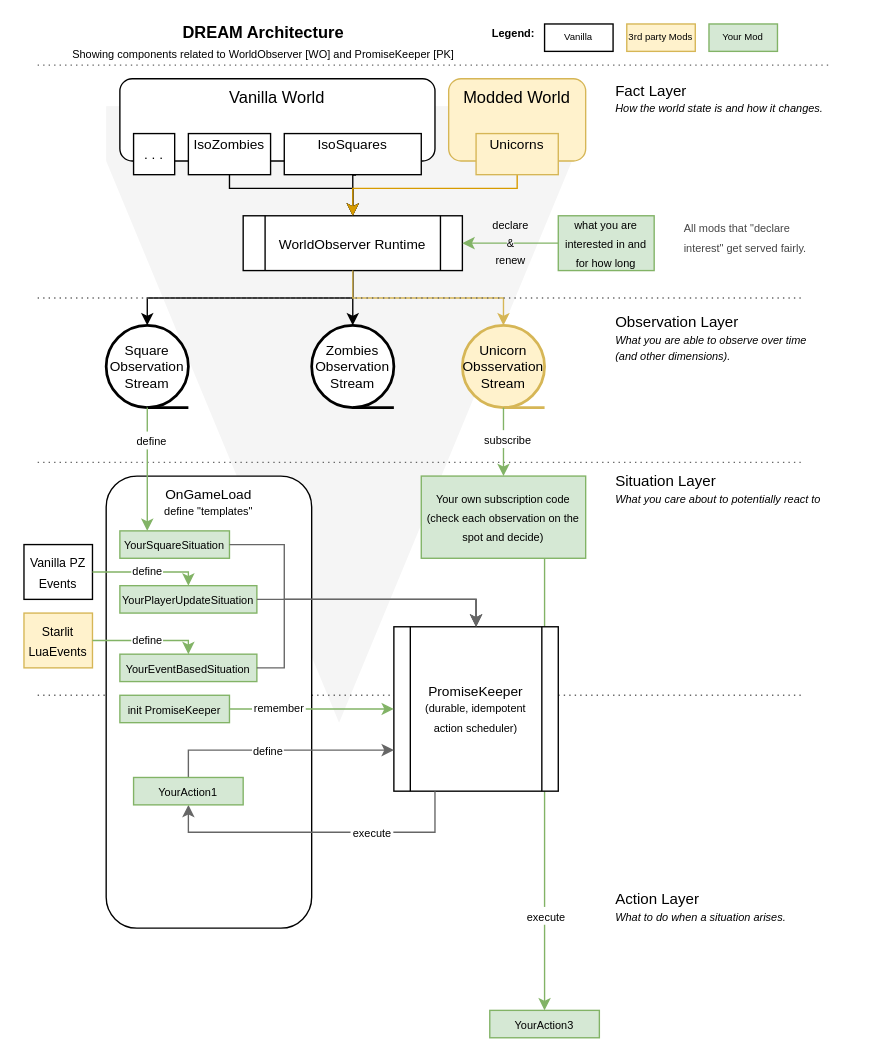
Before: docs/diagrams/architecture_simple.drawio in christophstrasen/WorldObserver, a draw.io diagram. Source tidied: cells renumbered, new cells numbered last; positions are measured from the earlier drawing's top-left corner, leaving out a move shared by most shapes. Both pictures are drawn from the tidied source at 137%, with x=0, y=0 at pixel (23, 23).
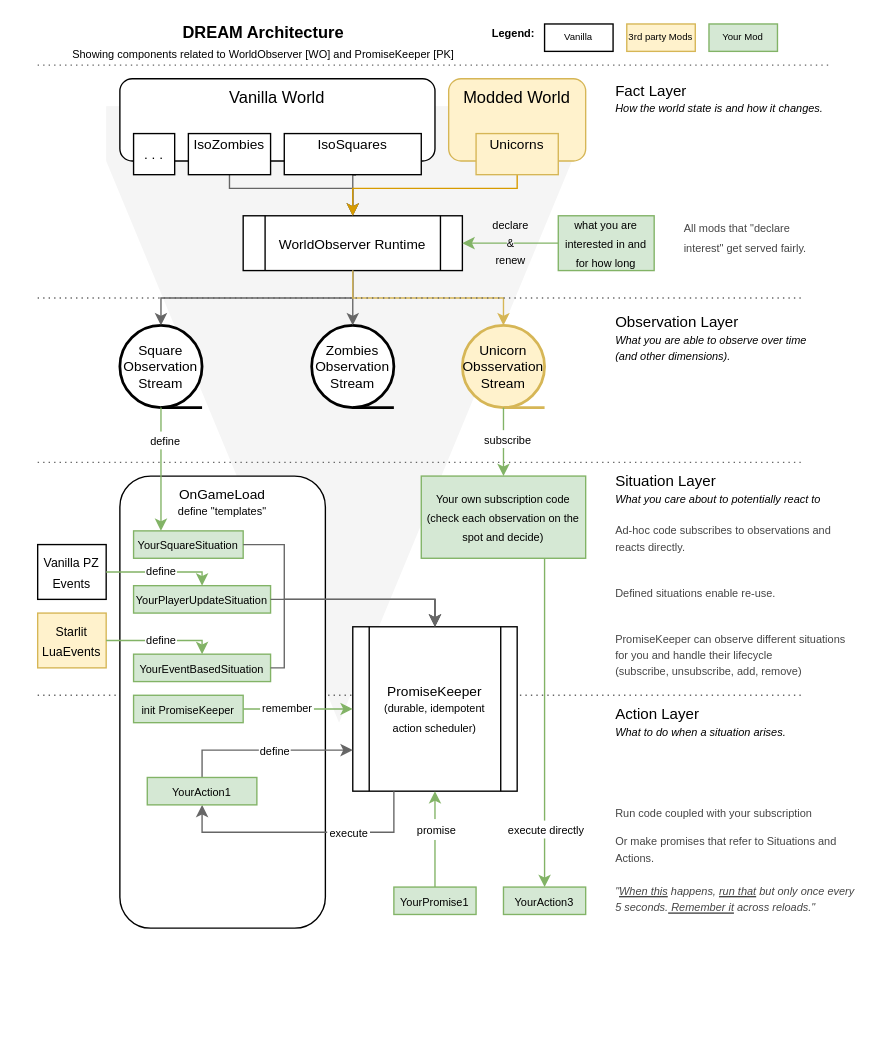
Above is the later version.

Commit message (it also covers changes not shown here):
updates architecture diagrams

The change refers to these unchanged cells:
```xml
<mxCell id="11" value="&lt;font style=&quot;font-size: 10px;&quot;&gt;IsoSquares&lt;/font&gt;&lt;div&gt;&lt;font style=&quot;font-size: 10px;&quot;&gt;&lt;br&gt;&lt;/font&gt;&lt;/div&gt;" style="rounded=0;whiteSpace=wrap;html=1;" parent="1" vertex="1">
  <mxGeometry x="190" y="80" width="100" height="30" as="geometry" />
</mxCell>
<mxCell id="12" value="&lt;div style=&quot;line-height: 100%;&quot;&gt;&lt;div&gt;&lt;span style=&quot;background-color: transparent; color: light-dark(rgb(0, 0, 0), rgb(255, 255, 255));&quot;&gt;&lt;font style=&quot;font-size: 10px; line-height: 100%;&quot;&gt;WorldObserver Runtime&lt;/font&gt;&lt;/span&gt;&lt;/div&gt;&lt;/div&gt;" style="shape=process;whiteSpace=wrap;html=1;backgroundOutline=1;" parent="1" vertex="1">
  <mxGeometry x="160" y="140" width="160" height="40" as="geometry" />
</mxCell>
<mxCell id="13" value="&lt;font&gt;Zombies&lt;/font&gt;&lt;div&gt;&lt;span&gt;Observation&lt;/span&gt;&lt;/div&gt;&lt;div&gt;&lt;span&gt;Stream&lt;/span&gt;&lt;/div&gt;" style="strokeWidth=2;html=1;shape=mxgraph.flowchart.sequential_data;whiteSpace=wrap;fontSize=10;" parent="1" vertex="1">
  <mxGeometry x="210" y="220" width="60" height="60" as="geometry" />
</mxCell>
<mxCell id="16" value="&lt;font style=&quot;font-size: 10px;&quot;&gt;IsoZombies&lt;/font&gt;&lt;div&gt;&lt;font style=&quot;font-size: 10px;&quot;&gt;&lt;br&gt;&lt;/font&gt;&lt;/div&gt;" style="rounded=0;whiteSpace=wrap;html=1;" parent="1" vertex="1">
  <mxGeometry x="120" y="80" width="60" height="30" as="geometry" />
</mxCell>
<mxCell id="38" value="&lt;div style=&quot;line-height: 100%;&quot;&gt;&lt;font style=&quot;&quot;&gt;&lt;font style=&quot;font-size: 8px;&quot;&gt;Your own subscription code&lt;/font&gt;&lt;/font&gt;&lt;/div&gt;&lt;div style=&quot;line-height: 100%;&quot;&gt;&lt;font style=&quot;&quot;&gt;&lt;font style=&quot;font-size: 8px;&quot;&gt;(check each observation on the spot and decide)&lt;/font&gt;&lt;/font&gt;&lt;/div&gt;" style="rounded=0;whiteSpace=wrap;html=1;fillColor=#d5e8d4;strokeColor=#82b366;" parent="1" vertex="1">
  <mxGeometry x="290" y="330" width="120" height="60" as="geometry" />
</mxCell>
<mxCell id="57" style="edgeStyle=orthogonalEdgeStyle;rounded=0;jettySize=auto;html=1;exitX=1;exitY=0.5;exitDx=0;exitDy=0;strokeColor=#82b366;fillColor=#d5e8d4;entryX=0;entryY=0.5;entryDx=0;entryDy=0;" parent="1" edge="1" source="56" target="55">
  <mxGeometry relative="1" as="geometry" />
</mxCell>
```

Change to the diagram source:
```diff
@@
     <mxCell id="8" value="&lt;font style=&quot;font-size: 11px;&quot;&gt;Action Layer&lt;/font&gt;&lt;div&gt;&lt;span style=&quot;font-size: 8px;&quot;&gt;&lt;i&gt;What to do when a situation arises.&lt;/i&gt;&lt;/span&gt;&lt;/div&gt;" style="text;html=1;align=left;verticalAlign=middle;whiteSpace=wrap;rounded=0;fontSize=10;" parent="1" vertex="1">
-      <mxGeometry x="430" y="630" width="170" height="30" as="geometry" />
+      <mxGeometry x="430" y="490" width="170" height="40" as="geometry" />
     </mxCell>
@@
-    <mxCell id="10" style="edgeStyle=orthogonalEdgeStyle;rounded=0;jettySize=auto;html=1;entryX=0.5;entryY=0;entryDx=0;entryDy=0;exitX=0.524;exitY=1.008;exitDx=0;exitDy=0;exitPerimeter=0;" parent="1" edge="1" source="11" target="12">
+    <mxCell id="10" style="edgeStyle=orthogonalEdgeStyle;rounded=0;jettySize=auto;html=1;entryX=0.5;entryY=0;entryDx=0;entryDy=0;exitX=0.524;exitY=1.008;exitDx=0;exitDy=0;exitPerimeter=0;fillColor=#f5f5f5;strokeColor=#666666;" parent="1" edge="1" source="11" target="12">
       <mxGeometry relative="1" as="geometry">
         <Array as="points">
           <mxPoint x="240" y="110" />
         </Array>
       </mxGeometry>
     </mxCell>
@@
-    <mxCell id="14" style="edgeStyle=orthogonalEdgeStyle;rounded=0;jettySize=auto;html=1;exitX=0.5;exitY=1;exitDx=0;exitDy=0;entryX=0.5;entryY=0;entryDx=0;entryDy=0;entryPerimeter=0;" parent="1" edge="1" source="12" target="13">
+    <mxCell id="14" style="edgeStyle=orthogonalEdgeStyle;rounded=0;jettySize=auto;html=1;exitX=0.5;exitY=1;exitDx=0;exitDy=0;entryX=0.5;entryY=0;entryDx=0;entryDy=0;entryPerimeter=0;fillColor=#f5f5f5;strokeColor=#666666;" parent="1" edge="1" source="12" target="13">
       <mxGeometry relative="1" as="geometry" />
     </mxCell>
-    <mxCell id="15" style="edgeStyle=orthogonalEdgeStyle;rounded=0;jettySize=auto;html=1;exitX=0.5;exitY=1;exitDx=0;exitDy=0;entryX=0.5;entryY=0;entryDx=0;entryDy=0;" parent="1" edge="1" source="16" target="12">
+    <mxCell id="15" style="edgeStyle=orthogonalEdgeStyle;rounded=0;jettySize=auto;html=1;exitX=0.5;exitY=1;exitDx=0;exitDy=0;entryX=0.5;entryY=0;entryDx=0;entryDy=0;fillColor=#f5f5f5;strokeColor=#666666;" parent="1" edge="1" source="16" target="12">
       <mxGeometry relative="1" as="geometry">
         <Array as="points">
           <mxPoint x="150" y="120" />
           <mxPoint x="240" y="120" />
         </Array>
       </mxGeometry>
     </mxCell>
@@
     <mxCell id="20" value="&lt;font&gt;Square&lt;/font&gt;&lt;div&gt;&lt;font&gt;Observation Stream&lt;/font&gt;&lt;/div&gt;" style="strokeWidth=2;html=1;shape=mxgraph.flowchart.sequential_data;whiteSpace=wrap;fontSize=10;" parent="1" vertex="1">
-      <mxGeometry x="60" y="220" width="60" height="60" as="geometry" />
+      <mxGeometry x="70" y="220" width="60" height="60" as="geometry" />
     </mxCell>
-    <mxCell id="21" style="edgeStyle=orthogonalEdgeStyle;rounded=0;jettySize=auto;html=1;exitX=0.5;exitY=1;exitDx=0;exitDy=0;entryX=0.5;entryY=0;entryDx=0;entryDy=0;entryPerimeter=0;" parent="1" edge="1" source="12" target="20">
+    <mxCell id="21" style="edgeStyle=orthogonalEdgeStyle;rounded=0;jettySize=auto;html=1;exitX=0.5;exitY=1;exitDx=0;exitDy=0;entryX=0.5;entryY=0;entryDx=0;entryDy=0;entryPerimeter=0;fillColor=#f5f5f5;strokeColor=#666666;" parent="1" edge="1" source="12" target="20">
       <mxGeometry relative="1" as="geometry">
         <Array as="points">
           <mxPoint x="240" y="200" />
-          <mxPoint x="90" y="200" />
+          <mxPoint x="100" y="200" />
         </Array>
       </mxGeometry>
     </mxCell>
@@
     <mxCell id="39" value="&lt;div style=&quot;line-height: 100%;&quot;&gt;&lt;font style=&quot;&quot;&gt;&lt;font style=&quot;font-size: 8px;&quot;&gt;&lt;span style=&quot;background-color: transparent; color: light-dark(rgb(0, 0, 0), rgb(255, 255, 255));&quot;&gt;Your&lt;/span&gt;Action3&lt;/font&gt;&lt;/font&gt;&lt;/div&gt;" style="rounded=0;whiteSpace=wrap;html=1;fillColor=#d5e8d4;strokeColor=#82b366;" parent="1" vertex="1">
-      <mxGeometry x="340" y="720" width="80" height="20" as="geometry" />
+      <mxGeometry x="350" y="630" width="60" height="20" as="geometry" />
     </mxCell>
-    <mxCell id="40" style="edgeStyle=orthogonalEdgeStyle;rounded=0;jettySize=auto;html=1;strokeColor=#82b366;fillColor=#d5e8d4;exitX=0.75;exitY=1;exitDx=0;exitDy=0;" parent="1" edge="1" source="38">
-      <mxGeometry relative="1" as="geometry">
-        <mxPoint x="380" y="720" as="targetPoint" />
-        <Array as="points">
-          <mxPoint x="380" y="720" />
-        </Array>
-      </mxGeometry>
+    <mxCell id="40" style="edgeStyle=orthogonalEdgeStyle;rounded=0;jettySize=auto;html=1;strokeColor=#82b366;fillColor=#d5e8d4;exitX=0.75;exitY=1;exitDx=0;exitDy=0;entryX=0.5;entryY=0;entryDx=0;entryDy=0;" parent="1" edge="1" source="38" target="39">
+      <mxGeometry relative="1" as="geometry" />
     </mxCell>
-    <mxCell id="41" value="&lt;font style=&quot;font-size: 8px;&quot;&gt;execute&lt;/font&gt;" style="edgeLabel;html=1;align=center;verticalAlign=middle;labelBorderColor=none;labelBackgroundColor=#FFFFFF;" parent="40" vertex="1">
+    <mxCell id="41" value="&lt;font style=&quot;font-size: 8px;&quot;&gt;execute directly&lt;/font&gt;" style="edgeLabel;html=1;align=center;verticalAlign=middle;labelBorderColor=none;labelBackgroundColor=#FFFFFF;" parent="40" vertex="1">
       <mxGeometry x="0.78" relative="1" as="geometry">
-        <mxPoint y="-34" as="offset" />
+        <mxPoint y="-17" as="offset" />
       </mxGeometry>
     </mxCell>
     <mxCell id="42" value="&lt;div style=&quot;line-height: 100%;&quot;&gt;&lt;div&gt;&lt;span style=&quot;font-size: 10px; background-color: transparent; color: light-dark(rgb(0, 0, 0), rgb(255, 255, 255)); line-height: 100%;&quot;&gt;OnGameLoad&lt;/span&gt;&lt;/div&gt;&lt;div&gt;&lt;span style=&quot;background-color: light-dark(#ffffff, var(--ge-dark-color, #121212));&quot;&gt;&lt;font style=&quot;font-size: 8px; line-height: 100%;&quot;&gt;&lt;span style=&quot;color: light-dark(rgb(0, 0, 0), rgb(255, 255, 255));&quot;&gt;define&amp;nbsp;&lt;/span&gt;&lt;/font&gt;&lt;/span&gt;&lt;span style=&quot;background-color: light-dark(#ffffff, var(--ge-dark-color, #121212)); color: light-dark(rgb(0, 0, 0), rgb(255, 255, 255)); font-size: 8px;&quot;&gt;&quot;templates&quot;&lt;/span&gt;&lt;/div&gt;&lt;/div&gt;" style="rounded=1;whiteSpace=wrap;html=1;verticalAlign=top;align=center;" parent="1" vertex="1">
-      <mxGeometry x="60" y="330" width="150" height="330" as="geometry" />
+      <mxGeometry x="70" y="330" width="150" height="330" as="geometry" />
     </mxCell>
     <mxCell id="43" value="&lt;div style=&quot;line-height: 100%;&quot;&gt;&lt;font style=&quot;&quot;&gt;&lt;font style=&quot;font-size: 8px;&quot;&gt;YourSquareSituation&lt;/font&gt;&lt;/font&gt;&lt;/div&gt;" style="rounded=0;whiteSpace=wrap;html=1;fillColor=#d5e8d4;strokeColor=#82b366;" parent="1" vertex="1">
-      <mxGeometry x="70" y="370" width="80" height="20" as="geometry" />
+      <mxGeometry x="80" y="370" width="80" height="20" as="geometry" />
     </mxCell>
@@
     <mxCell id="46" value="&lt;div&gt;&lt;font style=&quot;font-size: 9px;&quot;&gt;Vanilla PZ Events&lt;/font&gt;&lt;/div&gt;" style="rounded=0;whiteSpace=wrap;html=1;" parent="1" vertex="1">
-      <mxGeometry y="380" width="50" height="40" as="geometry" />
+      <mxGeometry x="10" y="380" width="50" height="40" as="geometry" />
     </mxCell>
     <mxCell id="47" value="&lt;div&gt;&lt;font style=&quot;font-size: 9px;&quot;&gt;Starlit LuaEvents&lt;/font&gt;&lt;/div&gt;" style="rounded=0;whiteSpace=wrap;html=1;fillColor=#fff2cc;strokeColor=#d6b656;" parent="1" vertex="1">
-      <mxGeometry y="430" width="50" height="40" as="geometry" />
+      <mxGeometry x="10" y="430" width="50" height="40" as="geometry" />
     </mxCell>
     <mxCell id="48" value="&lt;div style=&quot;line-height: 100%;&quot;&gt;&lt;font style=&quot;font-size: 8px;&quot;&gt;&lt;font style=&quot;&quot;&gt;&lt;font style=&quot;&quot;&gt;&lt;span style=&quot;background-color: transparent; color: light-dark(rgb(0, 0, 0), rgb(255, 255, 255));&quot;&gt;Your&lt;/span&gt;Player&lt;/font&gt;&lt;/font&gt;&lt;span style=&quot;background-color: transparent; color: light-dark(rgb(0, 0, 0), rgb(255, 255, 255));&quot;&gt;UpdateSituation&lt;/span&gt;&lt;/font&gt;&lt;/div&gt;" style="rounded=0;whiteSpace=wrap;html=1;fillColor=#d5e8d4;strokeColor=#82b366;" parent="1" vertex="1">
-      <mxGeometry x="70" y="410" width="100" height="20" as="geometry" />
+      <mxGeometry x="80" y="410" width="100" height="20" as="geometry" />
     </mxCell>
     <mxCell id="49" value="&lt;div style=&quot;line-height: 100%;&quot;&gt;&lt;font style=&quot;font-size: 8px;&quot;&gt;&lt;font style=&quot;&quot;&gt;&lt;font style=&quot;&quot;&gt;&lt;span style=&quot;background-color: transparent; color: light-dark(rgb(0, 0, 0), rgb(255, 255, 255));&quot;&gt;Your&lt;/span&gt;EventBased&lt;/font&gt;&lt;/font&gt;&lt;span style=&quot;background-color: transparent; color: light-dark(rgb(0, 0, 0), rgb(255, 255, 255));&quot;&gt;Situation&lt;/span&gt;&lt;/font&gt;&lt;/div&gt;" style="rounded=0;whiteSpace=wrap;html=1;fillColor=#d5e8d4;strokeColor=#82b366;" parent="1" vertex="1">
-      <mxGeometry x="70" y="460" width="100" height="20" as="geometry" />
+      <mxGeometry x="80" y="460" width="100" height="20" as="geometry" />
     </mxCell>
     <mxCell id="50" style="edgeStyle=orthogonalEdgeStyle;rounded=0;jettySize=auto;html=1;exitX=1;exitY=0.5;exitDx=0;exitDy=0;strokeColor=#82b366;fillColor=#d5e8d4;entryX=0.5;entryY=0;entryDx=0;entryDy=0;" parent="1" edge="1" source="46" target="48">
       <mxGeometry relative="1" as="geometry">
         <Array as="points">
-          <mxPoint x="120" y="400" />
+          <mxPoint x="130" y="400" />
         </Array>
       </mxGeometry>
     </mxCell>
@@
     <mxCell id="52" style="edgeStyle=orthogonalEdgeStyle;rounded=0;jettySize=auto;html=1;strokeColor=#82b366;fillColor=#d5e8d4;entryX=0.5;entryY=0;entryDx=0;entryDy=0;" parent="1" edge="1" target="49">
       <mxGeometry relative="1" as="geometry">
-        <mxPoint x="50" y="450" as="sourcePoint" />
+        <mxPoint x="60" y="450" as="sourcePoint" />
         <Array as="points">
-          <mxPoint x="120" y="450" />
+          <mxPoint x="130" y="450" />
         </Array>
       </mxGeometry>
     </mxCell>
@@
     <mxCell id="55" value="&lt;div style=&quot;line-height: 100%;&quot;&gt;&lt;div&gt;&lt;span style=&quot;background-color: transparent; color: light-dark(rgb(0, 0, 0), rgb(255, 255, 255));&quot;&gt;&lt;font style=&quot;font-size: 10px; line-height: 100%;&quot;&gt;PromiseKeeper&lt;/font&gt;&lt;/span&gt;&lt;/div&gt;&lt;div&gt;&lt;span style=&quot;background-color: transparent; color: light-dark(rgb(0, 0, 0), rgb(255, 255, 255));&quot;&gt;&lt;font style=&quot;font-size: 8px; line-height: 100%;&quot;&gt;(&lt;/font&gt;&lt;/span&gt;&lt;span style=&quot;background-color: transparent; font-size: 8px;&quot;&gt;durable, idempotent action scheduler&lt;/span&gt;&lt;span style=&quot;font-size: 8px; background-color: transparent; color: light-dark(rgb(0, 0, 0), rgb(255, 255, 255));&quot;&gt;)&lt;/span&gt;&lt;/div&gt;&lt;/div&gt;" style="shape=process;whiteSpace=wrap;html=1;backgroundOutline=1;" parent="1" vertex="1">
-      <mxGeometry x="270" y="440" width="120" height="120" as="geometry" />
+      <mxGeometry x="240" y="440" width="120" height="120" as="geometry" />
     </mxCell>
     <mxCell id="56" value="&lt;div style=&quot;line-height: 100%;&quot;&gt;&lt;span style=&quot;font-size: 8px;&quot;&gt;init PromiseKeeper&lt;/span&gt;&lt;/div&gt;" style="rounded=0;whiteSpace=wrap;html=1;fillColor=#d5e8d4;strokeColor=#82b366;" parent="1" vertex="1">
-      <mxGeometry x="70" y="490" width="80" height="20" as="geometry" />
+      <mxGeometry x="80" y="490" width="80" height="20" as="geometry" />
     </mxCell>
@@
     <mxCell id="58" value="&lt;span style=&quot;font-size: 8px;&quot;&gt;remember&lt;/span&gt;" style="edgeLabel;html=1;align=center;verticalAlign=middle;spacing=-3;spacingBottom=6;spacingRight=0;labelBorderColor=#FFFFFF;labelBackgroundColor=#FFFFFF;spacingTop=-9;" parent="57" vertex="1">
       <mxGeometry x="0.05" relative="1" as="geometry">
-        <mxPoint x="-28" y="6" as="offset" />
+        <mxPoint x="-11" y="6" as="offset" />
       </mxGeometry>
     </mxCell>
     <mxCell id="59" style="edgeStyle=orthogonalEdgeStyle;rounded=0;jettySize=auto;html=1;exitX=1;exitY=0.5;exitDx=0;exitDy=0;fillColor=#f5f5f5;strokeColor=#666666;entryX=0.5;entryY=0;entryDx=0;entryDy=0;" parent="1" edge="1" source="48" target="55">
       <mxGeometry relative="1" as="geometry">
         <Array as="points">
-          <mxPoint x="330" y="420" />
+          <mxPoint x="300" y="420" />
         </Array>
       </mxGeometry>
     </mxCell>
     <mxCell id="60" style="edgeStyle=orthogonalEdgeStyle;rounded=0;jettySize=auto;html=1;exitX=1;exitY=0.5;exitDx=0;exitDy=0;fillColor=#f5f5f5;strokeColor=#666666;entryX=0.5;entryY=0;entryDx=0;entryDy=0;" parent="1" edge="1" source="49" target="55">
       <mxGeometry relative="1" as="geometry">
         <Array as="points">
           <mxPoint x="190" y="470" />
           <mxPoint x="190" y="420" />
-          <mxPoint x="330" y="420" />
+          <mxPoint x="300" y="420" />
         </Array>
       </mxGeometry>
     </mxCell>
     <mxCell id="61" style="edgeStyle=orthogonalEdgeStyle;rounded=0;jettySize=auto;html=1;exitX=1;exitY=0.5;exitDx=0;exitDy=0;fillColor=#f5f5f5;strokeColor=#666666;entryX=0.5;entryY=0;entryDx=0;entryDy=0;" parent="1" edge="1" source="43" target="55">
       <mxGeometry relative="1" as="geometry">
         <Array as="points">
           <mxPoint x="190" y="380" />
           <mxPoint x="190" y="420" />
-          <mxPoint x="330" y="420" />
+          <mxPoint x="300" y="420" />
         </Array>
       </mxGeometry>
     </mxCell>
@@
-    <mxCell id="64" style="edgeStyle=orthogonalEdgeStyle;rounded=0;jettySize=auto;html=1;entryX=0.5;entryY=1;entryDx=0;entryDy=0;fillColor=#f5f5f5;strokeColor=#666666;" parent="1" edge="1" target="68">
+    <mxCell id="64" style="edgeStyle=orthogonalEdgeStyle;rounded=0;jettySize=auto;html=1;entryX=0.5;entryY=1;entryDx=0;entryDy=0;fillColor=#f5f5f5;strokeColor=#666666;exitX=0.25;exitY=1;exitDx=0;exitDy=0;" parent="1" edge="1" source="55" target="68">
       <mxGeometry relative="1" as="geometry">
-        <mxPoint x="300" y="560" as="sourcePoint" />
         <Array as="points">
-          <mxPoint x="300" y="590" />
-          <mxPoint x="120" y="590" />
+          <mxPoint x="270" y="590" />
+          <mxPoint x="130" y="590" />
         </Array>
       </mxGeometry>
     </mxCell>
@@
     <mxCell id="66" style="edgeStyle=orthogonalEdgeStyle;rounded=0;jettySize=auto;html=1;exitX=0.5;exitY=0;exitDx=0;exitDy=0;fillColor=#f5f5f5;strokeColor=#666666;entryX=0;entryY=0.75;entryDx=0;entryDy=0;" parent="1" edge="1" source="68" target="55">
       <mxGeometry relative="1" as="geometry">
         <Array as="points">
-          <mxPoint x="120" y="530" />
+          <mxPoint x="130" y="530" />
         </Array>
       </mxGeometry>
     </mxCell>
     <mxCell id="67" value="&lt;font style=&quot;font-size: 8px;&quot;&gt;define&lt;/font&gt;" style="edgeLabel;html=1;align=center;verticalAlign=middle;labelBorderColor=#FFFFFF;" parent="66" vertex="1">
-      <mxGeometry x="-0.09" y="1" relative="1" as="geometry" />
+      <mxGeometry x="-0.09" y="1" relative="1" as="geometry">
+        <mxPoint x="13" as="offset" />
+      </mxGeometry>
     </mxCell>
     <mxCell id="68" value="&lt;div style=&quot;line-height: 100%;&quot;&gt;&lt;font style=&quot;&quot;&gt;&lt;font style=&quot;font-size: 8px;&quot;&gt;&lt;span style=&quot;background-color: transparent; color: light-dark(rgb(0, 0, 0), rgb(255, 255, 255));&quot;&gt;Your&lt;/span&gt;Action1&lt;/font&gt;&lt;/font&gt;&lt;/div&gt;" style="rounded=0;whiteSpace=wrap;html=1;fillColor=#d5e8d4;strokeColor=#82b366;" parent="1" vertex="1">
-      <mxGeometry x="80" y="550" width="80" height="20" as="geometry" />
+      <mxGeometry x="90" y="550" width="80" height="20" as="geometry" />
     </mxCell>
+    <mxCell id="69" value="&lt;div style=&quot;line-height: 100%;&quot;&gt;&lt;font style=&quot;&quot;&gt;&lt;font style=&quot;font-size: 8px;&quot;&gt;&lt;span style=&quot;background-color: transparent; color: light-dark(rgb(0, 0, 0), rgb(255, 255, 255));&quot;&gt;Your&lt;/span&gt;Promise1&lt;/font&gt;&lt;/font&gt;&lt;/div&gt;" style="rounded=0;whiteSpace=wrap;html=1;fillColor=#d5e8d4;strokeColor=#82b366;" parent="1" vertex="1">
+      <mxGeometry x="270" y="630" width="60" height="20" as="geometry" />
+    </mxCell>
+    <mxCell id="70" style="edgeStyle=orthogonalEdgeStyle;rounded=0;jettySize=auto;html=1;strokeColor=#82b366;fillColor=#d5e8d4;entryX=0.5;entryY=1;entryDx=0;entryDy=0;exitX=0.5;exitY=0;exitDx=0;exitDy=0;" parent="1" edge="1" source="69" target="55">
+      <mxGeometry relative="1" as="geometry" />
+    </mxCell>
+    <mxCell id="71" value="&lt;font style=&quot;font-size: 8px;&quot;&gt;promise&lt;/font&gt;" style="edgeLabel;html=1;align=center;verticalAlign=middle;labelBorderColor=#FFFFFF;" parent="70" vertex="1">
+      <mxGeometry x="-0.04" relative="1" as="geometry">
+        <mxPoint y="-9" as="offset" />
+      </mxGeometry>
+    </mxCell>
+    <mxCell id="72" value="&lt;span style=&quot;font-size: 8px;&quot;&gt;Ad-hoc code subscribes to observations and reacts directly.&lt;/span&gt;" style="text;html=1;align=left;verticalAlign=middle;whiteSpace=wrap;rounded=0;fontSize=10;fontColor=#454545;" parent="1" vertex="1">
+      <mxGeometry x="430" y="360" width="180" height="30" as="geometry" />
+    </mxCell>
+    <mxCell id="73" value="&lt;span style=&quot;font-size: 8px;&quot;&gt;PromiseKeeper can observe different situations for you and handle their lifecycle&lt;br&gt;(subscribe, unsubscribe, add, remove)&lt;/span&gt;" style="text;html=1;align=left;verticalAlign=middle;whiteSpace=wrap;rounded=0;fontSize=10;fontColor=#454545;" parent="1" vertex="1">
+      <mxGeometry x="430" y="440" width="180" height="40" as="geometry" />
+    </mxCell>
+    <mxCell id="74" value="&lt;span style=&quot;font-size: 8px;&quot;&gt;Defined situations enable re-use.&lt;/span&gt;" style="text;html=1;align=left;verticalAlign=middle;whiteSpace=wrap;rounded=0;fontSize=10;fontColor=#454545;" parent="1" vertex="1">
+      <mxGeometry x="430" y="400" width="180" height="30" as="geometry" />
+    </mxCell>
+    <mxCell id="75" value="&lt;span style=&quot;font-size: 8px;&quot;&gt;Run code coupled with your subscription&lt;/span&gt;" style="text;html=1;align=left;verticalAlign=middle;whiteSpace=wrap;rounded=0;fontSize=10;fontColor=#454545;" parent="1" vertex="1">
+      <mxGeometry x="430" y="560" width="180" height="30" as="geometry" />
+    </mxCell>
+    <mxCell id="76" value="&lt;span style=&quot;font-size: 8px;&quot;&gt;Or make promises that refer to Situations and Actions.&lt;/span&gt;&lt;div&gt;&lt;span style=&quot;font-size: 8px;&quot;&gt;&lt;br&gt;&lt;/span&gt;&lt;div&gt;&lt;span style=&quot;font-size: 8px;&quot;&gt;&lt;i&gt;&quot;&lt;u style=&quot;&quot;&gt;When this&lt;/u&gt; happens,&amp;nbsp;&lt;u&gt;run that&lt;/u&gt; but only once every&amp;nbsp; 5 seconds.&lt;u&gt; Remember it&lt;/u&gt; across reloads.&quot;&lt;/i&gt;&lt;/span&gt;&lt;/div&gt;&lt;/div&gt;" style="text;html=1;align=left;verticalAlign=middle;whiteSpace=wrap;rounded=0;fontSize=10;fontColor=#454545;" parent="1" vertex="1">
+      <mxGeometry x="430" y="590" width="180" height="60" as="geometry" />
+    </mxCell>
```
